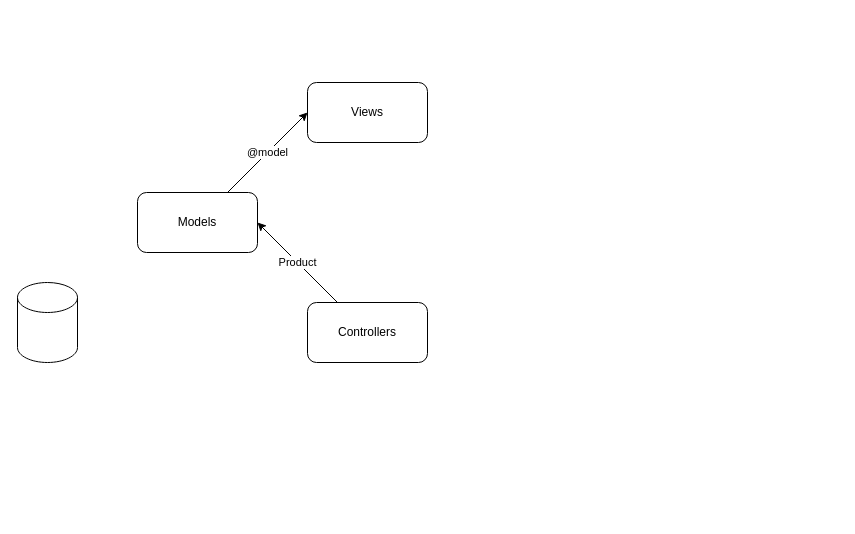
zcomert/btk-akademi-aspnet-core-mvc-bootcamp-samsun keeps this draw.io diagram as page "MVC" (1 of 2) of Draws.drawio. Above is the earlier version. Source tidied: cells renumbered, new cells numbered last; positions are measured from the earlier drawing's top-left corner, leaving out a move shared by most shapes. Both pictures are drawn from the tidied source at 100%, with x=0, y=0 at pixel (17, 82).
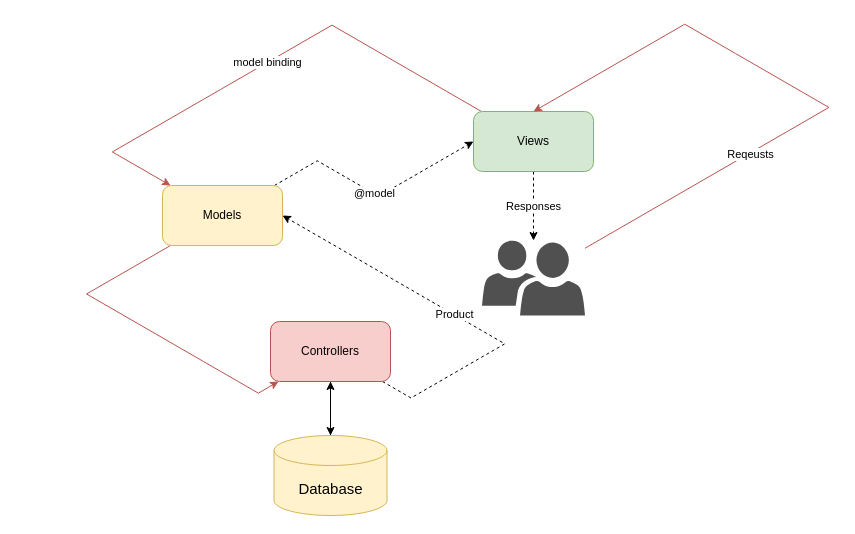
Above is the later version.

Change to the diagram source:
```diff
@@
-    <mxCell id="2" value="@model" style="rounded=0;jettySize=auto;html=1;entryX=0;entryY=0.5;entryDx=0;entryDy=0;" parent="1" edge="1" source="3" target="4">
+    <mxCell id="2" value="@model" style="rounded=0;jettySize=auto;html=1;entryX=0;entryY=0.5;entryDx=0;entryDy=0;edgeStyle=isometricEdgeStyle;dashed=1;" parent="1" edge="1" source="3" target="4">
       <mxGeometry relative="1" as="geometry" />
     </mxCell>
+    <mxCell id="8" style="edgeStyle=isometricEdgeStyle;rounded=0;jettySize=auto;html=1;fillColor=#f8cecc;strokeColor=#b85450;" parent="1" edge="1" source="3" target="6">
+      <mxGeometry relative="1" as="geometry">
+        <Array as="points">
+          <mxPoint x="186" y="279" />
+        </Array>
+      </mxGeometry>
+    </mxCell>
-    <mxCell id="3" value="Models" style="rounded=1;whiteSpace=wrap;html=1;" parent="1" vertex="1">
-      <mxGeometry x="120" y="110" width="120" height="60" as="geometry" />
+    <mxCell id="3" value="Models" style="rounded=1;whiteSpace=wrap;html=1;fillColor=#fff2cc;strokeColor=#d6b656;" parent="1" vertex="1">
+      <mxGeometry x="145" y="103" width="120" height="60" as="geometry" />
     </mxCell>
+    <mxCell id="9" value="model binding" style="edgeStyle=isometricEdgeStyle;rounded=0;jettySize=auto;html=1;elbow=vertical;fillColor=#f8cecc;strokeColor=#b85450;" parent="1" edge="1" source="4" target="3">
+      <mxGeometry relative="1" as="geometry">
+        <Array as="points">
+          <mxPoint x="203" y="7" />
+        </Array>
+      </mxGeometry>
+    </mxCell>
+    <mxCell id="10" value="Responses" style="edgeStyle=orthogonalEdgeStyle;rounded=0;jettySize=auto;html=1;dashed=1;" parent="1" edge="1" source="4" target="14">
+      <mxGeometry relative="1" as="geometry" />
+    </mxCell>
-    <mxCell id="4" value="Views" style="rounded=1;whiteSpace=wrap;html=1;" parent="1" vertex="1">
-      <mxGeometry x="290" width="120" height="60" as="geometry" />
+    <mxCell id="4" value="Views" style="rounded=1;whiteSpace=wrap;html=1;fillColor=#d5e8d4;strokeColor=#82b366;" parent="1" vertex="1">
+      <mxGeometry x="456" y="29" width="120" height="60" as="geometry" />
     </mxCell>
-    <mxCell id="5" value="Product" style="rounded=0;jettySize=auto;html=1;entryX=1;entryY=0.5;entryDx=0;entryDy=0;" parent="1" edge="1" source="6" target="3">
-      <mxGeometry relative="1" as="geometry" />
+    <mxCell id="5" value="Product" style="rounded=0;jettySize=auto;html=1;entryX=1;entryY=0.5;entryDx=0;entryDy=0;edgeStyle=isometricEdgeStyle;elbow=vertical;dashed=1;" parent="1" edge="1" source="6" target="3">
+      <mxGeometry relative="1" as="geometry">
+        <Array as="points">
+          <mxPoint x="448" y="284" />
+        </Array>
+      </mxGeometry>
     </mxCell>
+    <mxCell id="11" style="edgeStyle=orthogonalEdgeStyle;rounded=0;jettySize=auto;html=1;" parent="1" edge="1" source="6" target="7">
+      <mxGeometry relative="1" as="geometry" />
+    </mxCell>
-    <mxCell id="6" value="Controllers" style="rounded=1;whiteSpace=wrap;html=1;" parent="1" vertex="1">
-      <mxGeometry x="290" y="220" width="120" height="60" as="geometry" />
+    <mxCell id="6" value="Controllers" style="rounded=1;whiteSpace=wrap;html=1;fillColor=#f8cecc;strokeColor=#b85450;" parent="1" vertex="1">
+      <mxGeometry x="253" y="239" width="120" height="60" as="geometry" />
     </mxCell>
+    <mxCell id="12" style="edgeStyle=orthogonalEdgeStyle;rounded=0;jettySize=auto;html=1;entryX=0.5;entryY=1;entryDx=0;entryDy=0;" parent="1" edge="1" source="7" target="6">
+      <mxGeometry relative="1" as="geometry" />
+    </mxCell>
-    <mxCell id="7" style="shape=cylinder3;whiteSpace=wrap;html=1;boundedLbl=1;backgroundOutline=1;size=15;fontSize=15;" parent="1" vertex="1">
-      <mxGeometry y="200" width="60" height="80" as="geometry" />
+    <mxCell id="7" value="Database" style="shape=cylinder3;whiteSpace=wrap;html=1;boundedLbl=1;backgroundOutline=1;size=15;fontSize=15;fillColor=#fff2cc;strokeColor=#d6b656;" parent="1" vertex="1">
+      <mxGeometry x="256.5" y="353" width="113" height="80" as="geometry" />
     </mxCell>
+    <mxCell id="13" value="Reqeusts" style="edgeStyle=isometricEdgeStyle;rounded=0;jettySize=auto;html=1;entryX=0.5;entryY=0;entryDx=0;entryDy=0;fillColor=#f8cecc;strokeColor=#b85450;" parent="1" edge="1" source="14" target="4">
+      <mxGeometry x="-0.39" y="-1" relative="1" as="geometry">
+        <Array as="points">
+          <mxPoint x="718" y="-29" />
+        </Array>
+      </mxGeometry>
+    </mxCell>
+    <mxCell id="14" style="shadow=0;dashed=0;html=1;strokeColor=none;labelPosition=center;verticalLabelPosition=bottom;verticalAlign=top;align=center;fillColor=#505050;shape=mxgraph.mscae.intune.user_group;" parent="1" vertex="1">
+      <mxGeometry x="464.5" y="158" width="103" height="75" as="geometry" />
+    </mxCell>
```
